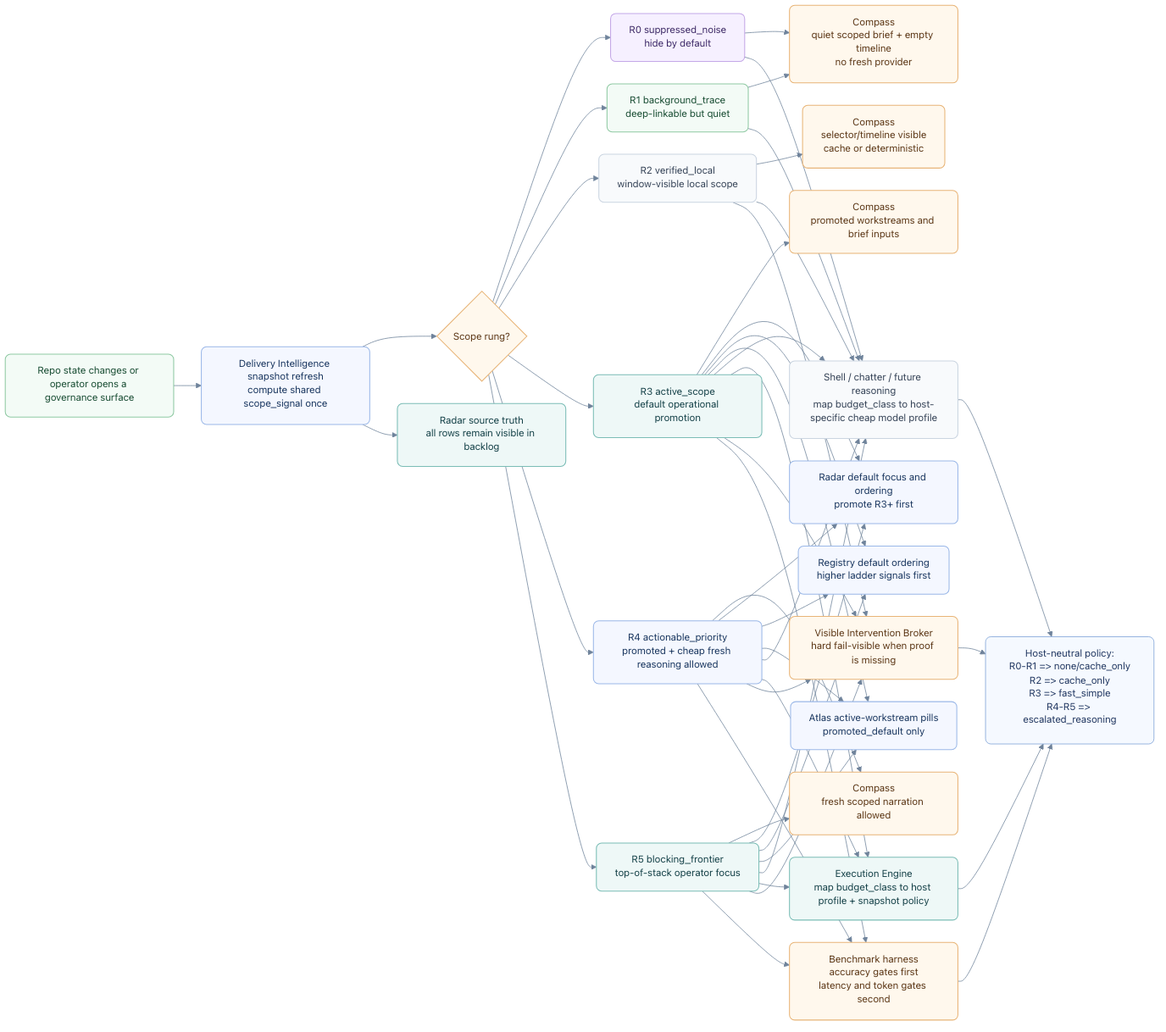
Before: odylith/atlas/source/odylith-governance-surface-focus-and-budget-gating-flow.png, a diagram exported from Mermaid (odylith/odylith). Its source is kept beside it as odylith/atlas/source/odylith-governance-surface-focus-and-budget-gating-flow.mmd.
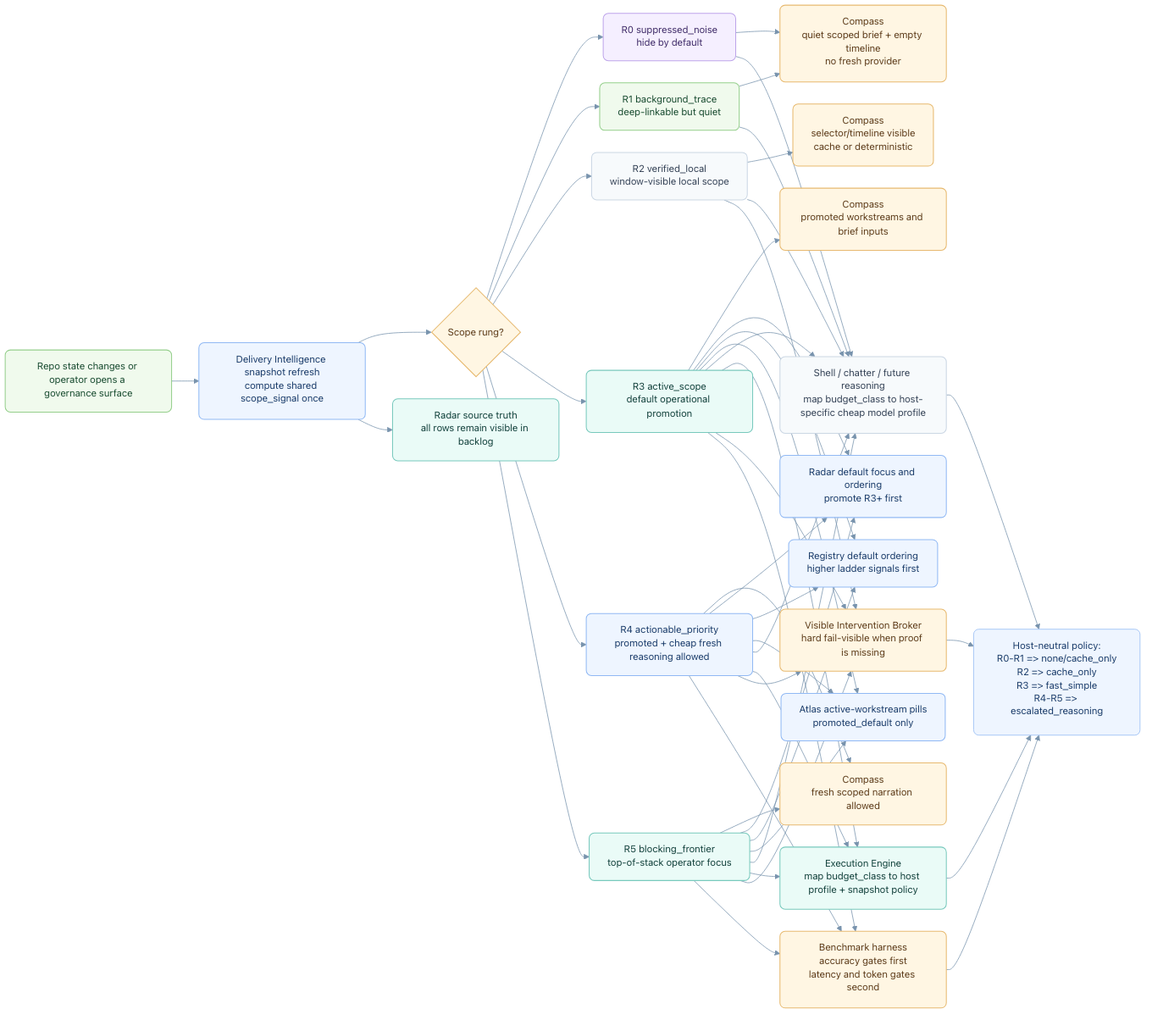
The same file after the commit.

Diff of the diagram source:
```diff
@@ -77,4 +77,4 @@
   VisibilityBroker --> Note
   BenchmarkBudget --> Note
 
-  classDef note fill:#f5f9ff,stroke:#7aa0d6,color:#1f355f
+  classDef note fill:#eef5ff,stroke:#91b9f4,color:#183a68
```
